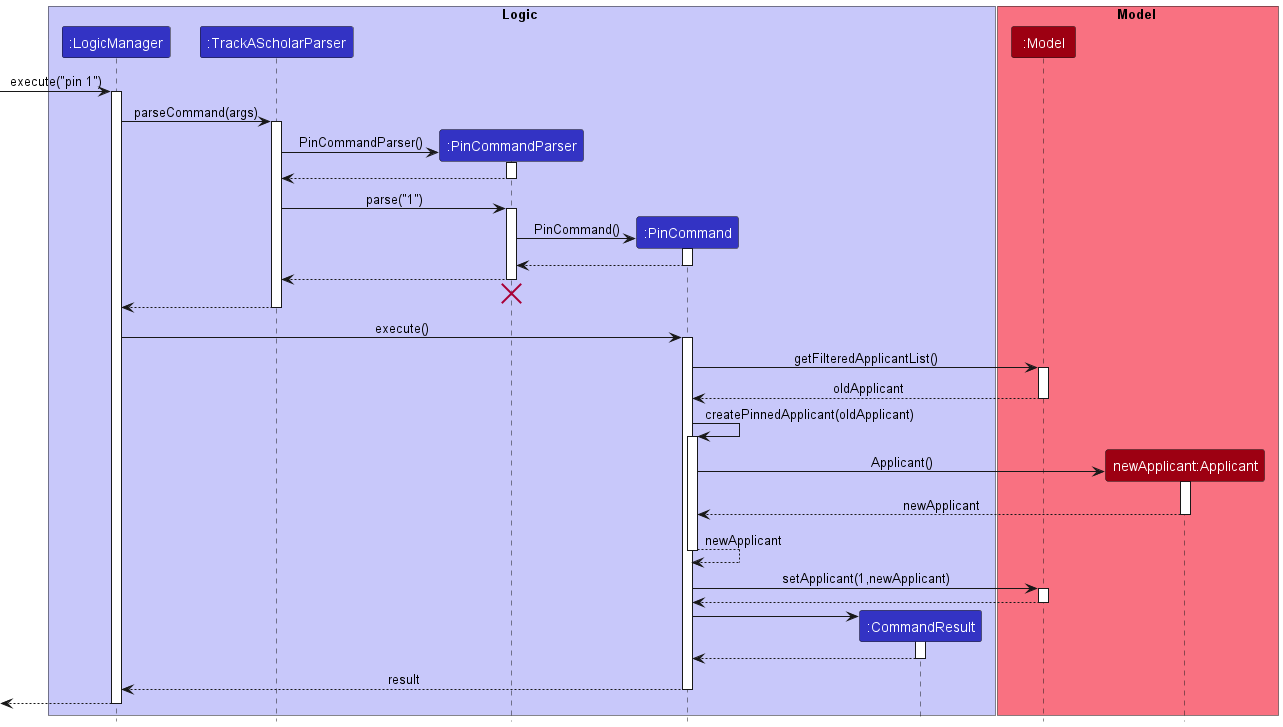
Before: docs/images/PinSequenceDiagram.png, a diagram exported from PlantUML (nus-cs2103-AY2223S1/tp). Source of this version:
```plantuml
@startuml
!include style.puml

box Logic LOGIC_COLOR_T1
participant ":LogicManager" as LogicManager LOGIC_COLOR
participant ":TrackAScholarParser" as TrackAScholarParser LOGIC_COLOR
participant ":PinCommandParser" as PinCommandParser LOGIC_COLOR
participant ":PinCommand" as PinCommand LOGIC_COLOR
participant ":CommandResult" as CommandResult LOGIC_COLOR
end box

box Model MODEL_COLOR_T1
participant ":Model" as Model MODEL_COLOR
participant "newApplicant:Applicant" as Applicant MODEL_COLOR
end box

[-> LogicManager : execute("pin 1")
activate LogicManager

LogicManager -> TrackAScholarParser : parseCommand(args)
activate TrackAScholarParser

create PinCommandParser
TrackAScholarParser -> PinCommandParser: PinCommandParser()
activate PinCommandParser

PinCommandParser --> TrackAScholarParser
deactivate PinCommandParser

TrackAScholarParser -> PinCommandParser : parse("1")
activate PinCommandParser

create PinCommand
PinCommandParser -> PinCommand : PinCommand()
activate PinCommand

PinCommand --> PinCommandParser
deactivate PinCommand

PinCommandParser --> TrackAScholarParser
deactivate PinCommandParser
PinCommandParser -[hidden]-> TrackAScholarParser
destroy PinCommandParser

TrackAScholarParser --> LogicManager
deactivate TrackAScholarParser

LogicManager -> PinCommand : execute()
activate PinCommand

PinCommand -> Model : getFilteredApplicantList()
activate Model

Model --> PinCommand : oldApplicant
deactivate Model

PinCommand -> PinCommand : createPinnedApplicant(oldApplicant)
activate PinCommand

create Applicant
PinCommand -> Applicant : Applicant()
activate Applicant

Applicant --> PinCommand : newApplicant
deactivate Applicant

PinCommand --> PinCommand : newApplicant
deactivate PinCommand

PinCommand -> Model : setApplicant(1,newApplicant)
activate Model

Model --> PinCommand
deactivate Model

create CommandResult
PinCommand -> CommandResult
activate CommandResult

CommandResult --> PinCommand
deactivate CommandResult

PinCommand --> LogicManager : result
deactivate PinCommand

[<--LogicManager
deactivate LogicManager
@enduml
```
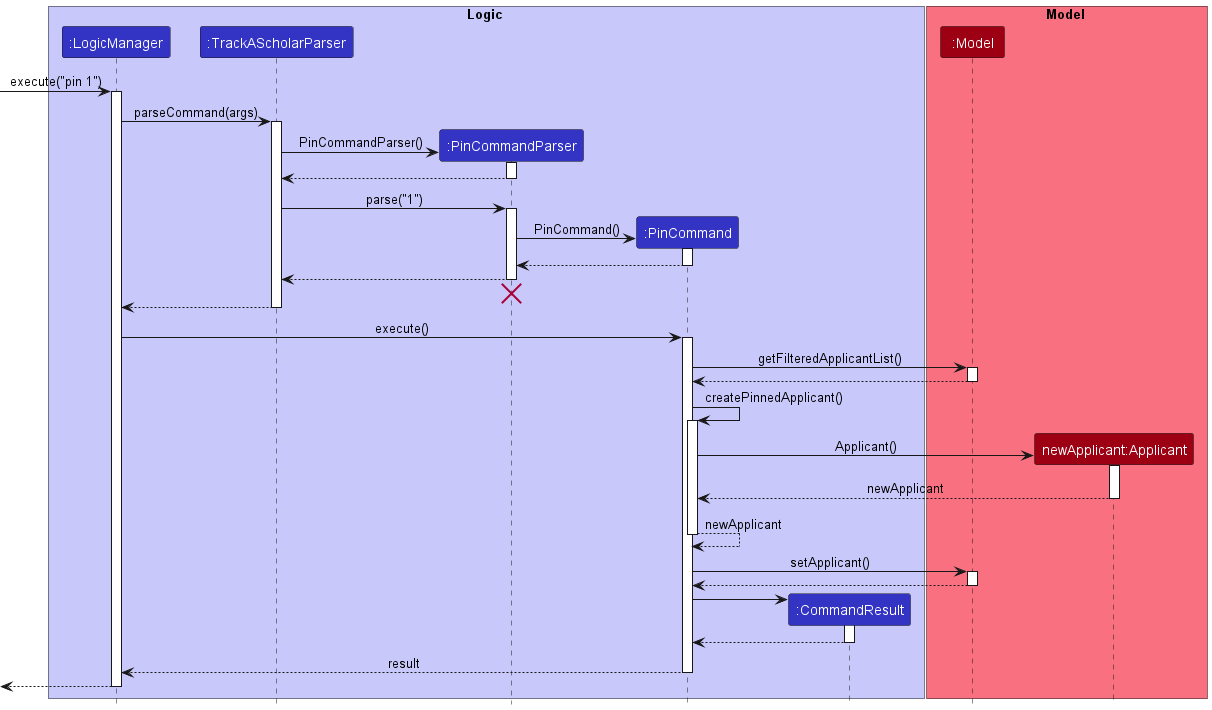
After the change.

The edit, as a diff of the source:
```diff
@@ -51,10 +51,10 @@
 PinCommand -> Model : getFilteredApplicantList()
 activate Model
 
-Model --> PinCommand : oldApplicant
+Model --> PinCommand
 deactivate Model
 
-PinCommand -> PinCommand : createPinnedApplicant(oldApplicant)
+PinCommand -> PinCommand : createPinnedApplicant()
 activate PinCommand
 
 create Applicant
@@ -67,7 +67,7 @@
 PinCommand --> PinCommand : newApplicant
 deactivate PinCommand
 
-PinCommand -> Model : setApplicant(1,newApplicant)
+PinCommand -> Model : setApplicant()
 activate Model
 
 Model --> PinCommand
```
